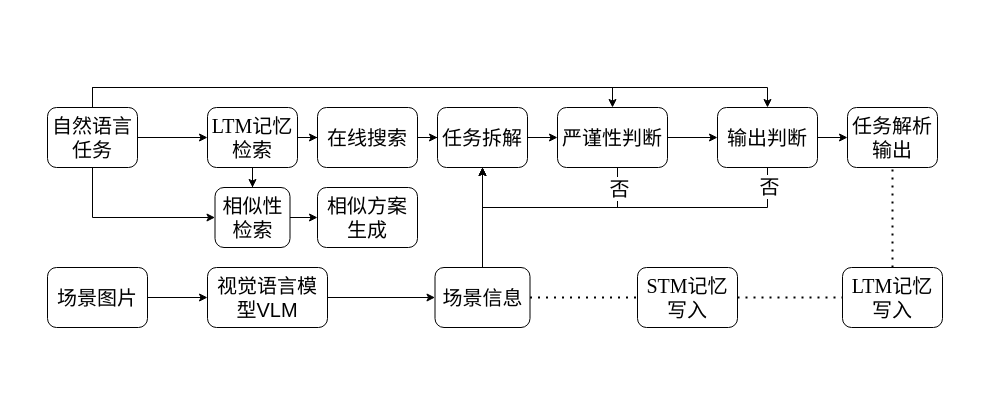
Before: 认知模型工作流程.drawio in abigfreshman/abigfreshman, a draw.io diagram. Source tidied: cells renumbered, new cells numbered last; positions are measured from the earlier drawing's top-left corner, leaving out a move shared by most shapes. Both pictures are drawn from the tidied source at 100%, with x=0, y=0 at pixel (47, 87).
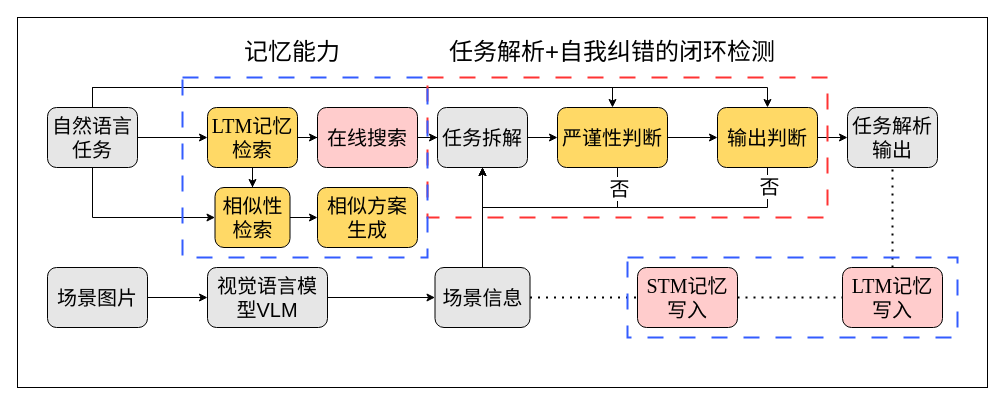
After the change.

Commit message:
Update 认知模型工作流程.drawio

Diff of the diagram source:
```diff
@@
+    <mxCell id="37" style="rounded=0;whiteSpace=wrap;html=1;" parent="1" vertex="1">
+      <mxGeometry x="-30" y="-70" width="970" height="370" as="geometry" />
+    </mxCell>
@@
-    <mxCell id="6" value="&lt;font style=&quot;font-size: 20px;&quot;&gt;自然语言任务&lt;/font&gt;" style="rounded=1;whiteSpace=wrap;html=1;" parent="1" vertex="1">
+    <mxCell id="6" value="&lt;font style=&quot;font-size: 20px;&quot;&gt;自然语言任务&lt;/font&gt;" style="rounded=1;whiteSpace=wrap;html=1;fillColor=#E6E6E6;" parent="1" vertex="1">
       <mxGeometry y="20" width="90" height="60" as="geometry" />
     </mxCell>
@@
-    <mxCell id="9" value="&lt;font style=&quot;font-size: 20px;&quot; face=&quot;Times New Roman&quot;&gt;LTM记忆检索&lt;/font&gt;" style="rounded=1;whiteSpace=wrap;html=1;" parent="1" vertex="1">
+    <mxCell id="9" value="&lt;font style=&quot;font-size: 20px;&quot; face=&quot;Times New Roman&quot;&gt;LTM记忆检索&lt;/font&gt;" style="rounded=1;whiteSpace=wrap;html=1;fillColor=#FFD966;" parent="1" vertex="1">
       <mxGeometry x="160" y="20" width="90" height="60" as="geometry" />
     </mxCell>
-    <mxCell id="10" value="&lt;font style=&quot;font-size: 20px;&quot;&gt;相似方案生成&lt;/font&gt;" style="rounded=1;whiteSpace=wrap;html=1;" parent="1" vertex="1">
+    <mxCell id="10" value="&lt;font style=&quot;font-size: 20px;&quot;&gt;相似方案生成&lt;/font&gt;" style="rounded=1;whiteSpace=wrap;html=1;fillColor=#FFD966;" parent="1" vertex="1">
       <mxGeometry x="270" y="100" width="100" height="60" as="geometry" />
     </mxCell>
@@
-    <mxCell id="12" value="&lt;font style=&quot;font-size: 20px;&quot;&gt;在线搜索&lt;/font&gt;" style="rounded=1;whiteSpace=wrap;html=1;" parent="1" vertex="1">
+    <mxCell id="12" value="&lt;font style=&quot;font-size: 20px;&quot;&gt;在线搜索&lt;/font&gt;" style="rounded=1;whiteSpace=wrap;html=1;fillColor=#FFCCCC;" parent="1" vertex="1">
       <mxGeometry x="270" y="20" width="100" height="60" as="geometry" />
     </mxCell>
@@
-    <mxCell id="14" value="&lt;font style=&quot;font-size: 20px;&quot;&gt;任务拆解&lt;/font&gt;" style="rounded=1;whiteSpace=wrap;html=1;" parent="1" vertex="1">
+    <mxCell id="14" value="&lt;font style=&quot;font-size: 20px;&quot;&gt;任务拆解&lt;/font&gt;" style="rounded=1;whiteSpace=wrap;html=1;fillColor=#E6E6E6;" parent="1" vertex="1">
       <mxGeometry x="390" y="20" width="90" height="60" as="geometry" />
     </mxCell>
@@
-    <mxCell id="18" value="&lt;font style=&quot;font-size: 20px;&quot;&gt;严谨性判断&lt;/font&gt;" style="rounded=1;whiteSpace=wrap;html=1;" parent="1" vertex="1">
+    <mxCell id="18" value="&lt;font style=&quot;font-size: 20px;&quot;&gt;严谨性判断&lt;/font&gt;" style="rounded=1;whiteSpace=wrap;html=1;fillColor=#FFD966;" parent="1" vertex="1">
       <mxGeometry x="510" y="20" width="110" height="60" as="geometry" />
     </mxCell>
@@
-    <mxCell id="20" value="&lt;font style=&quot;font-size: 20px;&quot;&gt;相似性检索&lt;/font&gt;" style="rounded=1;whiteSpace=wrap;html=1;" parent="1" vertex="1">
+    <mxCell id="20" value="&lt;font style=&quot;font-size: 20px;&quot;&gt;相似性检索&lt;/font&gt;" style="rounded=1;whiteSpace=wrap;html=1;fillColor=#FFD966;" parent="1" vertex="1">
       <mxGeometry x="167.5" y="100" width="75" height="60" as="geometry" />
     </mxCell>
@@
-    <mxCell id="22" value="&lt;font style=&quot;font-size: 20px;&quot;&gt;场景图片&lt;/font&gt;" style="rounded=1;whiteSpace=wrap;html=1;" parent="1" vertex="1">
+    <mxCell id="22" value="&lt;font style=&quot;font-size: 20px;&quot;&gt;场景图片&lt;/font&gt;" style="rounded=1;whiteSpace=wrap;html=1;fillColor=#E6E6E6;" parent="1" vertex="1">
       <mxGeometry y="180" width="100" height="60" as="geometry" />
     </mxCell>
@@
-    <mxCell id="24" value="&lt;font style=&quot;font-size: 20px;&quot;&gt;视觉语言模型VLM&lt;/font&gt;" style="rounded=1;whiteSpace=wrap;html=1;" parent="1" vertex="1">
+    <mxCell id="24" value="&lt;font style=&quot;font-size: 20px;&quot;&gt;视觉语言模型VLM&lt;/font&gt;" style="rounded=1;whiteSpace=wrap;html=1;fillColor=#E6E6E6;" parent="1" vertex="1">
       <mxGeometry x="160" y="180" width="120" height="60" as="geometry" />
     </mxCell>
@@
-    <mxCell id="26" value="&lt;font style=&quot;font-size: 20px;&quot;&gt;场景信息&lt;/font&gt;" style="rounded=1;whiteSpace=wrap;html=1;" parent="1" vertex="1">
+    <mxCell id="26" value="&lt;font style=&quot;font-size: 20px;&quot;&gt;场景信息&lt;/font&gt;" style="rounded=1;whiteSpace=wrap;html=1;fillColor=#E6E6E6;" parent="1" vertex="1">
       <mxGeometry x="387.5" y="180" width="95" height="60" as="geometry" />
     </mxCell>
@@
-    <mxCell id="30" value="&lt;font style=&quot;font-size: 20px;&quot;&gt;输出判断&lt;/font&gt;" style="whiteSpace=wrap;html=1;rounded=1;" parent="1" vertex="1">
+    <mxCell id="30" value="&lt;font style=&quot;font-size: 20px;&quot;&gt;输出判断&lt;/font&gt;" style="whiteSpace=wrap;html=1;rounded=1;fillColor=#FFD966;" parent="1" vertex="1">
       <mxGeometry x="670" y="20" width="100" height="60" as="geometry" />
     </mxCell>
-    <mxCell id="31" value="&lt;font style=&quot;font-size: 20px;&quot;&gt;任务解析输出&lt;/font&gt;" style="whiteSpace=wrap;html=1;rounded=1;" parent="1" vertex="1">
+    <mxCell id="31" value="&lt;font style=&quot;font-size: 20px;&quot;&gt;任务解析输出&lt;/font&gt;" style="whiteSpace=wrap;html=1;rounded=1;fillColor=#E6E6E6;" parent="1" vertex="1">
       <mxGeometry x="800" y="20" width="90" height="60" as="geometry" />
     </mxCell>
-    <mxCell id="32" value="&lt;font style=&quot;font-size: 20px;&quot; face=&quot;Times New Roman&quot;&gt;STM记忆写入&lt;/font&gt;" style="rounded=1;whiteSpace=wrap;html=1;" parent="1" vertex="1">
+    <mxCell id="32" value="&lt;font style=&quot;font-size: 20px;&quot; face=&quot;Times New Roman&quot;&gt;STM记忆写入&lt;/font&gt;" style="rounded=1;whiteSpace=wrap;html=1;fillColor=#FFCCCC;" parent="1" vertex="1">
       <mxGeometry x="590" y="180" width="100" height="60" as="geometry" />
     </mxCell>
-    <mxCell id="33" value="&lt;font style=&quot;font-size: 20px;&quot; face=&quot;Times New Roman&quot;&gt;LTM记忆写入&lt;/font&gt;" style="rounded=1;whiteSpace=wrap;html=1;" parent="1" vertex="1">
+    <mxCell id="33" value="&lt;font style=&quot;font-size: 20px;&quot; face=&quot;Times New Roman&quot;&gt;LTM记忆写入&lt;/font&gt;" style="rounded=1;whiteSpace=wrap;html=1;fillColor=#FFCCCC;" parent="1" vertex="1">
       <mxGeometry x="795" y="180" width="100" height="60" as="geometry" />
     </mxCell>
@@
+    <mxCell id="38" style="group;strokeWidth=2;dashed=1;dashPattern=8 8;strokeColor=#FF3333;" parent="1" vertex="1">
+      <mxGeometry x="380" y="-10" width="400" height="140" as="geometry" />
+    </mxCell>
+    <mxCell id="39" value="&lt;span style=&quot;font-size: 24px;&quot;&gt;任务解析+自我纠错的闭环检测&lt;/span&gt;" style="text;strokeColor=none;align=center;fillColor=none;html=1;verticalAlign=middle;whiteSpace=wrap;rounded=0;" parent="1" vertex="1">
+      <mxGeometry x="400" y="-50" width="330" height="30" as="geometry" />
+    </mxCell>
+    <mxCell id="40" style="group;strokeWidth=2;dashed=1;dashPattern=8 8;strokeColor=light-dark(#335cff, #ff7777);" parent="1" vertex="1">
+      <mxGeometry x="135" y="-10" width="245" height="180" as="geometry" />
+    </mxCell>
+    <mxCell id="41" value="&lt;span style=&quot;font-size: 24px;&quot;&gt;记忆能力&lt;/span&gt;" style="text;strokeColor=none;align=center;fillColor=none;html=1;verticalAlign=middle;whiteSpace=wrap;rounded=0;" parent="1" vertex="1">
+      <mxGeometry x="190" y="-50" width="110" height="30" as="geometry" />
+    </mxCell>
+    <mxCell id="42" style="group;strokeWidth=2;dashed=1;dashPattern=8 8;strokeColor=light-dark(#335cff, #ff7777);" parent="1" vertex="1">
+      <mxGeometry x="580" y="170" width="330" height="80" as="geometry" />
+    </mxCell>
```
